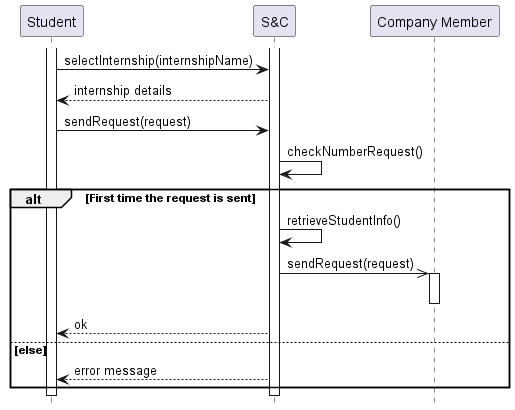
Above: RASD/Specific_requirements/uml_diagrams/UC16_diagram.png in matti8702/R_and_DD_project_SE2 (PlantUML), before the change.
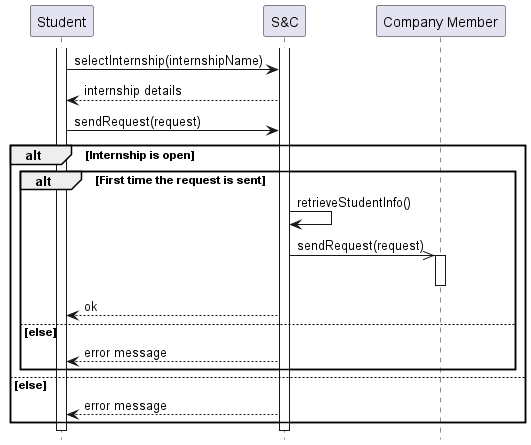
The same diagram one commit later.

Commit message:
fix: fix use cases and mappings

The edit, as a diff of the source:
```diff
@@ -10,13 +10,16 @@
 ST -> S: selectInternship(internshipName)
 S --> ST: internship details
 ST -> S: sendRequest(request)
-S -> S:  checkNumberRequest()
-alt First time the request is sent
-    S -> S: retrieveStudentInfo()
-    S ->> CM : sendRequest(request)
-    activate CM
-    deactivate CM
-    S --> ST : ok
+alt Internship is open
+    alt First time the request is sent
+        S -> S: retrieveStudentInfo()
+        S ->> CM : sendRequest(request)
+        activate CM
+        deactivate CM
+        S --> ST : ok
+    else else
+        S --> ST: error message
+    end
 else else
     S --> ST: error message
 end
```
